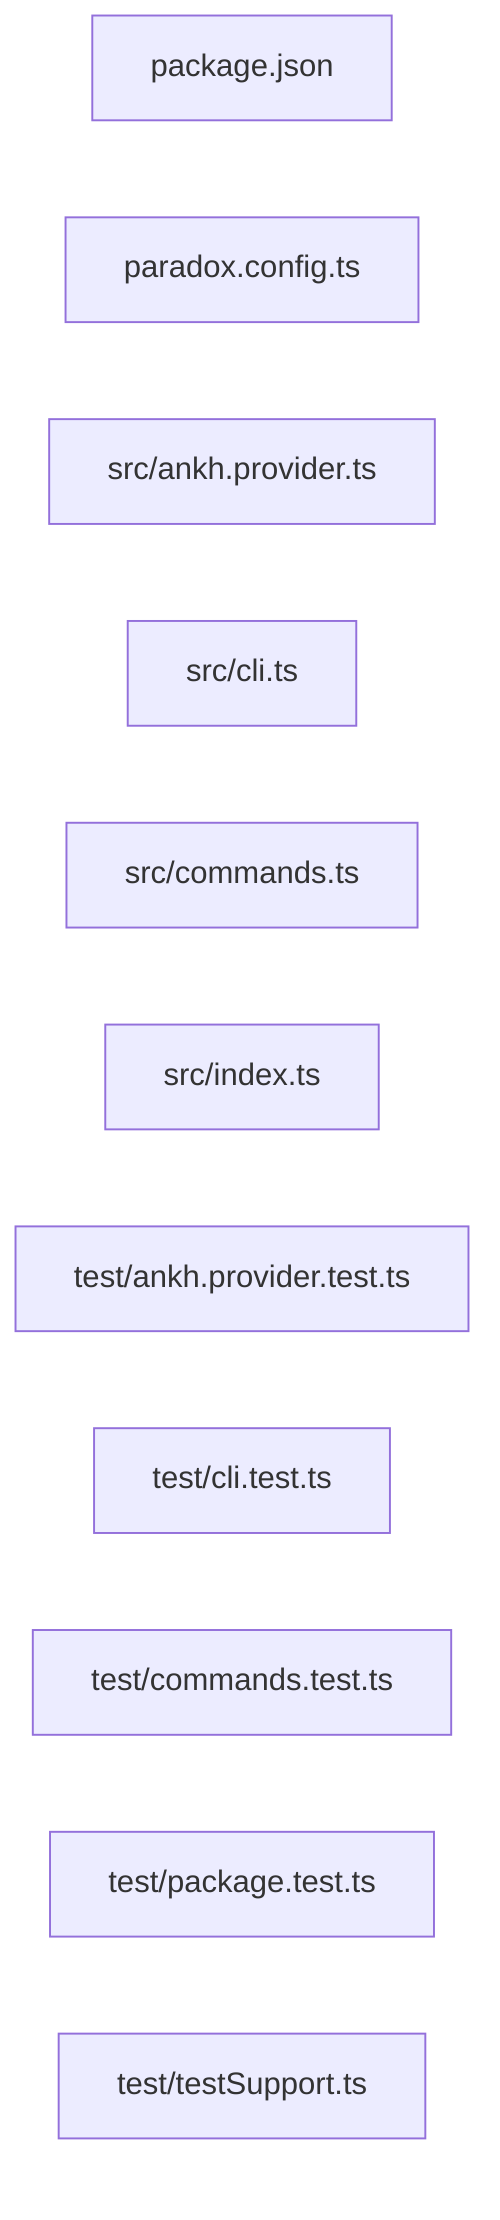
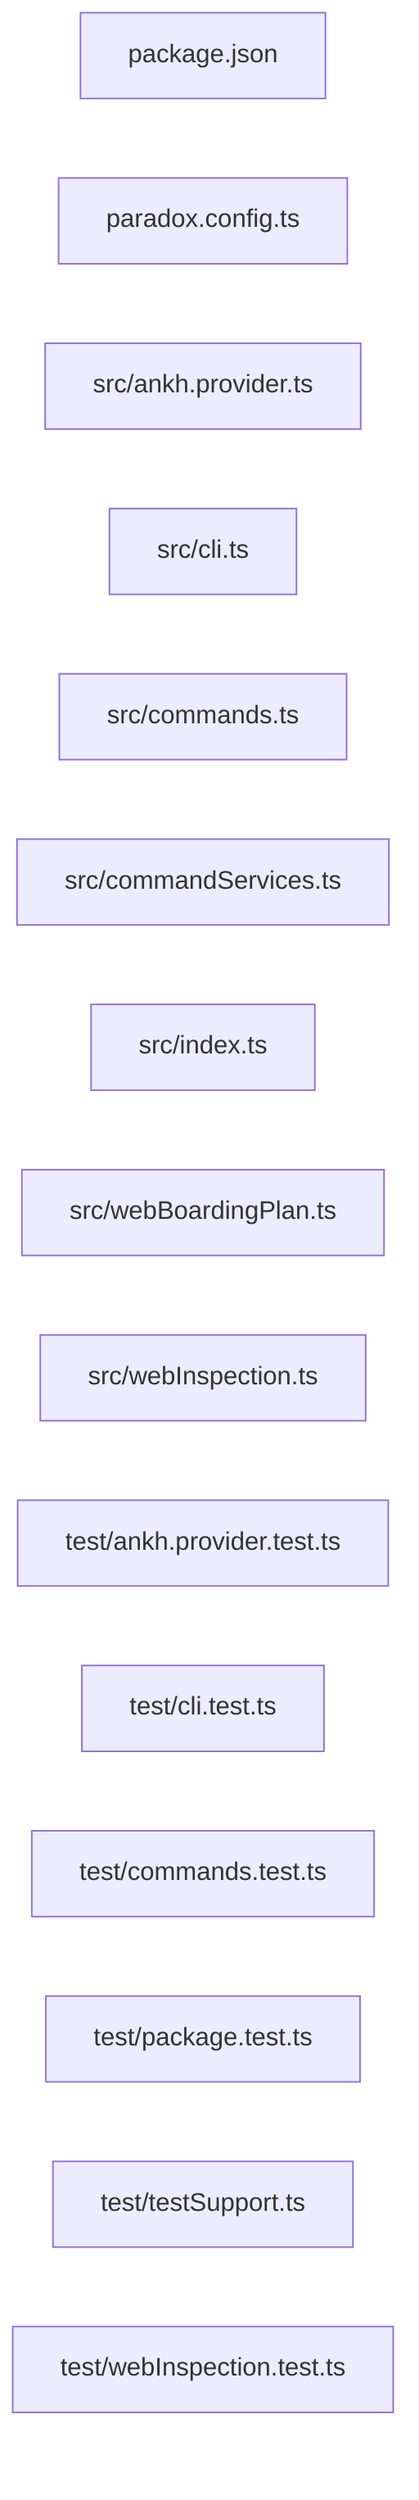
graph LR
  module_package_json["package.json"]
  module_paradox_config_ts["paradox.config.ts"]
  module_src_ankh_provider_ts["src/ankh.provider.ts"]
  module_src_cli_ts["src/cli.ts"]
  module_src_commands_ts["src/commands.ts"]
+   module_src_commandServices_ts["src/commandServices.ts"]
  module_src_index_ts["src/index.ts"]
+   module_src_webBoardingPlan_ts["src/webBoardingPlan.ts"]
+   module_src_webInspection_ts["src/webInspection.ts"]
  module_test_ankh_provider_test_ts["test/ankh.provider.test.ts"]
  module_test_cli_test_ts["test/cli.test.ts"]
  module_test_commands_test_ts["test/commands.test.ts"]
  module_test_package_test_ts["test/package.test.ts"]
  module_test_testSupport_ts["test/testSupport.ts"]
+   module_test_webInspection_test_ts["test/webInspection.test.ts"]
